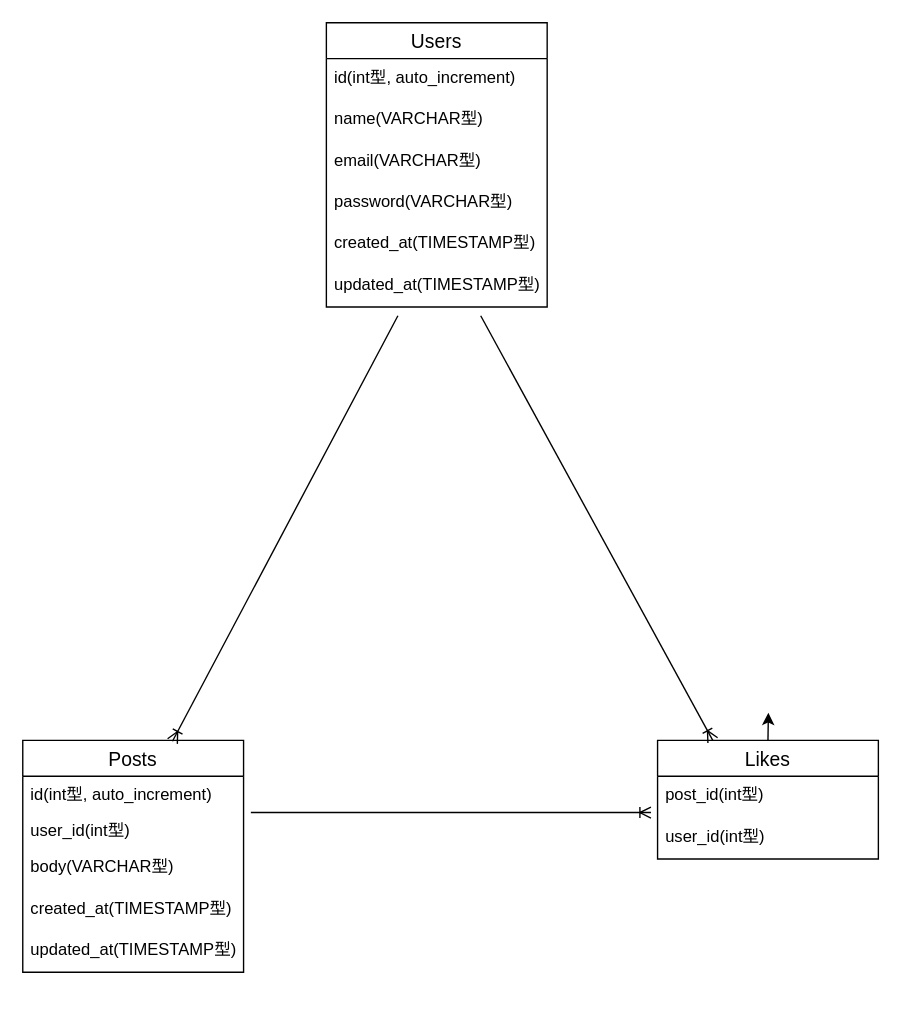
Suguhito65/larapic keeps this draw.io diagram as laravel/laravel/sample.dio. Above is the earlier version. Source tidied: cells renumbered, new cells numbered last; positions are measured from the earlier drawing's top-left corner, leaving out a move shared by most shapes. Both pictures are drawn from the tidied source at 138%, with x=0, y=0 at pixel (22, 22).
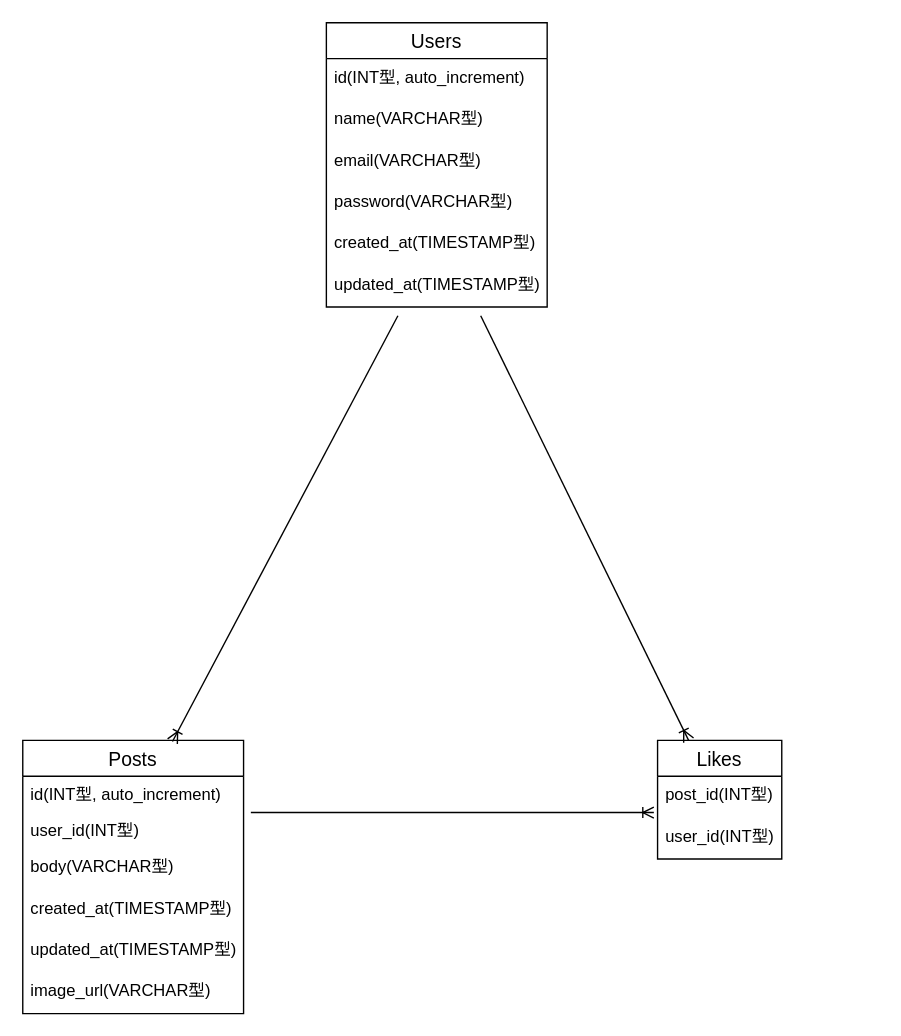
After the change.

Unchanged cells that the change refers to:
```xml
<mxCell id="2" value="Users" style="swimlane;fontStyle=0;horizontal=1;startSize=26;align=center;fontSize=14;" parent="1" vertex="1">
  <mxGeometry x="220" width="160" height="206" as="geometry" />
</mxCell>
```

The edit, as a diff of the source:
```diff
@@
-    <mxCell id="3" value="id(int型, auto_increment)" style="text;strokeColor=none;fillColor=none;spacingLeft=4;spacingRight=4;overflow=hidden;fontSize=12;" parent="2" vertex="1">
+    <mxCell id="3" value="id(INT型, auto_increment)" style="text;strokeColor=none;fillColor=none;spacingLeft=4;spacingRight=4;overflow=hidden;fontSize=12;" parent="2" vertex="1">
       <mxGeometry y="26" width="160" height="30" as="geometry" />
     </mxCell>
@@
-    <mxCell id="9" style="edgeStyle=none;rounded=0;jettySize=auto;html=1;exitX=0.5;exitY=0;exitDx=0;exitDy=0;" parent="1" edge="1" source="10">
-      <mxGeometry relative="1" as="geometry">
-        <mxPoint x="540.3" y="500" as="targetPoint" />
-      </mxGeometry>
-    </mxCell>
     <mxCell id="10" value="Likes" style="swimlane;fontStyle=0;horizontal=1;startSize=26;align=center;fontSize=14;" parent="1" vertex="1">
-      <mxGeometry x="460" y="520" width="160" height="86" as="geometry" />
+      <mxGeometry x="460" y="520" width="90" height="86" as="geometry" />
     </mxCell>
-    <mxCell id="11" value="post_id(int型)" style="text;strokeColor=none;fillColor=none;spacingLeft=4;spacingRight=4;overflow=hidden;fontSize=12;" parent="10" vertex="1">
-      <mxGeometry y="26" width="160" height="30" as="geometry" />
+    <mxCell id="11" value="post_id(INT型)" style="text;strokeColor=none;fillColor=none;spacingLeft=4;spacingRight=4;overflow=hidden;fontSize=12;" parent="10" vertex="1">
+      <mxGeometry y="26" width="90" height="30" as="geometry" />
     </mxCell>
-    <mxCell id="12" value="user_id(int型)" style="text;strokeColor=none;fillColor=none;spacingLeft=4;spacingRight=4;overflow=hidden;points=[[0,0.5],[1,0.5]];portConstraint=eastwest;fontSize=12;" parent="10" vertex="1">
-      <mxGeometry y="56" width="160" height="30" as="geometry" />
+    <mxCell id="12" value="user_id(INT型)" style="text;strokeColor=none;fillColor=none;spacingLeft=4;spacingRight=4;overflow=hidden;points=[[0,0.5],[1,0.5]];portConstraint=eastwest;fontSize=12;" parent="10" vertex="1">
+      <mxGeometry y="56" width="90" height="30" as="geometry" />
     </mxCell>
     <mxCell id="13" value="Posts" style="swimlane;fontStyle=0;horizontal=1;startSize=26;align=center;fontSize=14;" parent="1" vertex="1">
-      <mxGeometry y="520" width="160" height="168" as="geometry" />
+      <mxGeometry y="520" width="160" height="198" as="geometry" />
     </mxCell>
-    <mxCell id="14" value="id(int型, auto_increment)" style="text;strokeColor=none;fillColor=none;spacingLeft=4;spacingRight=4;overflow=hidden;fontSize=12;" parent="13" vertex="1">
+    <mxCell id="14" value="id(INT型, auto_increment)" style="text;strokeColor=none;fillColor=none;spacingLeft=4;spacingRight=4;overflow=hidden;fontSize=12;" parent="13" vertex="1">
       <mxGeometry y="26" width="160" height="26" as="geometry" />
     </mxCell>
-    <mxCell id="15" value="user_id(int型)" style="text;strokeColor=none;fillColor=none;spacingLeft=4;spacingRight=4;overflow=hidden;points=[[0,0.5],[1,0.5]];portConstraint=eastwest;fontSize=12;" parent="13" vertex="1">
+    <mxCell id="15" value="user_id(INT型)" style="text;strokeColor=none;fillColor=none;spacingLeft=4;spacingRight=4;overflow=hidden;points=[[0,0.5],[1,0.5]];portConstraint=eastwest;fontSize=12;" parent="13" vertex="1">
       <mxGeometry y="52" width="160" height="26" as="geometry" />
     </mxCell>
@@
+    <mxCell id="22" value="image_url(VARCHAR型)" style="text;strokeColor=none;fillColor=none;spacingLeft=4;spacingRight=4;overflow=hidden;fontSize=12;" parent="13" vertex="1">
+      <mxGeometry y="168" width="160" height="30" as="geometry" />
+    </mxCell>
```
